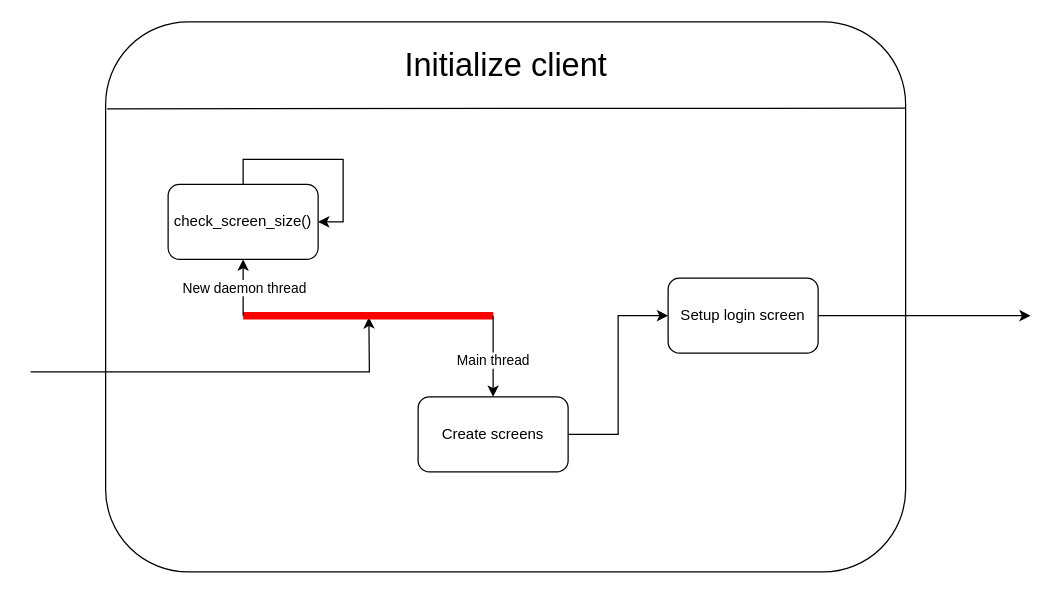
The draw.io diagram page "Initialize client" (2 of 3) of Process.drawio in Arc891/HackerChat, before the edit. Source tidied: cells renumbered, new cells numbered last; positions are measured from the earlier drawing's top-left corner, leaving out a move shared by most shapes. Both pictures are drawn from the tidied source at 125%, with x=0, y=0 at pixel (30, 21).
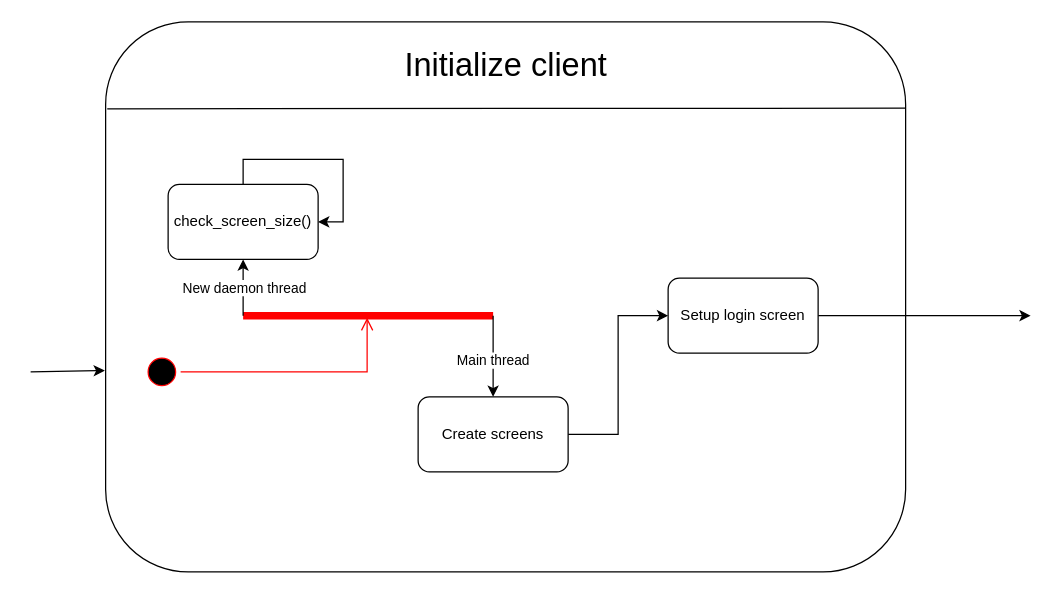
The same diagram, later.

Commit message:
Working on get_login_credentials()

Unchanged cells that the change refers to:
```xml
<mxCell id="2" style="rounded=1;whiteSpace=wrap;html=1;" parent="1" vertex="1">
  <mxGeometry x="60" width="640" height="440" as="geometry" />
</mxCell>
<mxCell id="4" style="shape=line;html=1;strokeWidth=6;strokeColor=#ff0000;" parent="1" vertex="1">
  <mxGeometry x="170" y="230" width="200" height="10" as="geometry" />
</mxCell>
```

Change to the diagram source:
```diff
@@
-    <mxCell id="3" style="endArrow=classic;html=1;rounded=0;entryX=0.503;entryY=0.633;entryDx=0;entryDy=0;entryPerimeter=0;" parent="1" edge="1" target="4">
+    <mxCell id="3" style="endArrow=classic;html=1;rounded=0;entryX=-0.001;entryY=0.634;entryDx=0;entryDy=0;entryPerimeter=0;" parent="1" edge="1" target="2">
       <mxGeometry relative="1" as="geometry">
         <mxPoint y="280" as="sourcePoint" />
-        <Array as="points">
-          <mxPoint x="271" y="280" />
-        </Array>
       </mxGeometry>
     </mxCell>
@@
+    <mxCell id="17" style="ellipse;html=1;shape=startState;fillColor=#000000;strokeColor=#ff0000;" parent="1" vertex="1">
+      <mxGeometry x="90" y="265" width="30" height="30" as="geometry" />
+    </mxCell>
+    <mxCell id="18" style="edgeStyle=orthogonalEdgeStyle;html=1;verticalAlign=bottom;endArrow=open;endSize=8;strokeColor=#ff0000;rounded=0;entryX=0.496;entryY=0.667;entryDx=0;entryDy=0;entryPerimeter=0;" parent="1" edge="1" source="17" target="4">
+      <mxGeometry relative="1" as="geometry" />
+    </mxCell>
```
